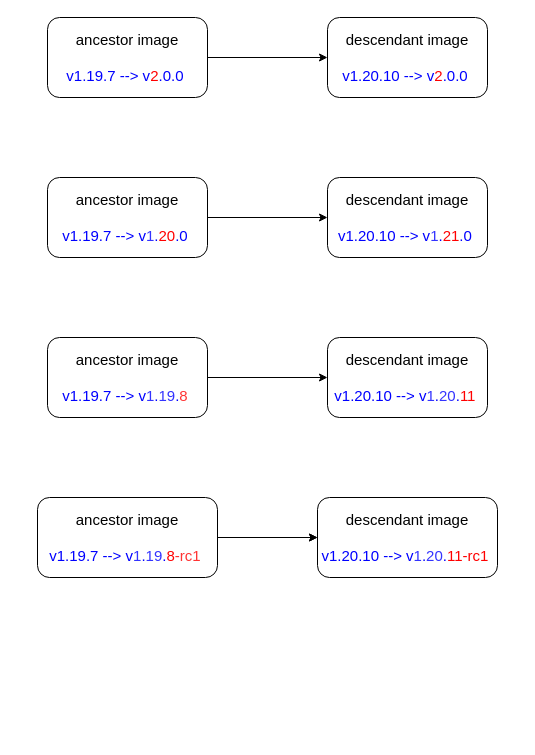
The draw.io diagram packon-version-update.drawio in YanshanSong/draw.io, before the edit. Source tidied: cells renumbered, new cells numbered last; positions are measured from the earlier drawing's top-left corner, leaving out a move shared by most shapes. Both pictures are drawn from the tidied source at 100%, with x=0, y=0 at pixel (37, 17).
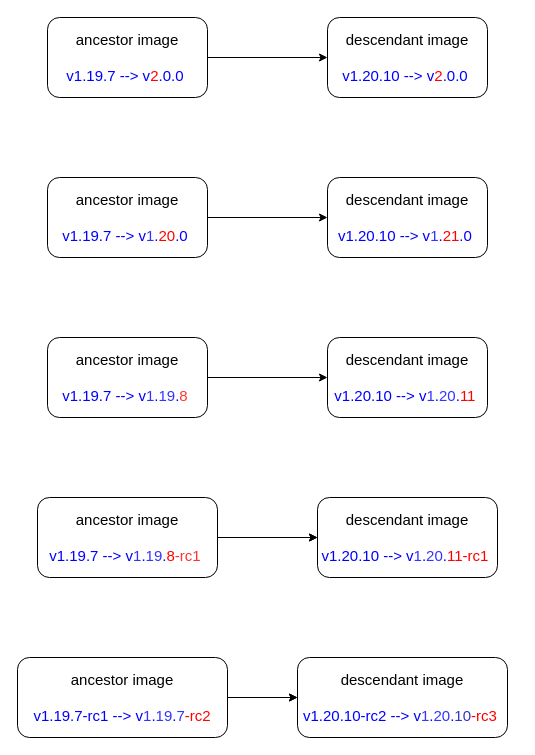
The same diagram, later.

The edit, as a diff of the source:
```diff
@@
+    <mxCell id="19" style="group;" parent="1" vertex="1">
+      <mxGeometry x="-20" y="640" width="500" height="80" as="geometry" />
+    </mxCell>
+    <mxCell id="20" value="&lt;font style=&quot;font-size: 15px;&quot;&gt;ancestor image&lt;br&gt;&lt;br&gt;&lt;font color=&quot;#0000ff&quot;&gt;v1.19.7-rc1 --&amp;gt; v&lt;/font&gt;&lt;font color=&quot;#3333ff&quot;&gt;1&lt;/font&gt;&lt;font color=&quot;#0000ff&quot;&gt;.&lt;/font&gt;&lt;font color=&quot;#3333ff&quot;&gt;19&lt;/font&gt;&lt;font color=&quot;#0000ff&quot;&gt;.&lt;/font&gt;&lt;font color=&quot;#3333ff&quot;&gt;7&lt;/font&gt;&lt;font color=&quot;#ff0000&quot;&gt;-rc2&lt;/font&gt;&lt;br&gt;&lt;/font&gt;" style="rounded=1;whiteSpace=wrap;html=1;" parent="19" vertex="1">
+      <mxGeometry width="210" height="80" as="geometry" />
+    </mxCell>
+    <mxCell id="21" value="&lt;div style=&quot;&quot;&gt;&lt;span style=&quot;font-size: 15px; background-color: initial;&quot;&gt;descendant image&lt;/span&gt;&lt;/div&gt;&lt;font style=&quot;&quot;&gt;&lt;div style=&quot;&quot;&gt;&lt;span style=&quot;font-size: 15px;&quot;&gt;&lt;br&gt;&lt;/span&gt;&lt;/div&gt;&lt;font style=&quot;font-size: 15px;&quot; color=&quot;#0000ff&quot;&gt;&lt;div style=&quot;&quot;&gt;&lt;font style=&quot;background-color: initial;&quot; color=&quot;#0000ff&quot;&gt;v1.20.10-rc2 --&amp;gt; v&lt;/font&gt;&lt;font style=&quot;background-color: initial;&quot; color=&quot;#3333ff&quot;&gt;1&lt;/font&gt;&lt;font style=&quot;background-color: initial;&quot; color=&quot;#0000ff&quot;&gt;.&lt;/font&gt;&lt;font style=&quot;background-color: initial;&quot; color=&quot;#3333ff&quot;&gt;20&lt;/font&gt;&lt;font style=&quot;background-color: initial;&quot; color=&quot;#0000ff&quot;&gt;.&lt;/font&gt;&lt;font style=&quot;background-color: initial;&quot; color=&quot;#3333cc&quot;&gt;10&lt;/font&gt;&lt;font style=&quot;background-color: initial;&quot; color=&quot;#ff0000&quot;&gt;-rc3&lt;/font&gt;&lt;span style=&quot;background-color: initial; color: rgb(0, 0, 0);&quot;&gt;&amp;nbsp;&lt;/span&gt;&lt;/div&gt;&lt;/font&gt;&lt;/font&gt;" style="rounded=1;whiteSpace=wrap;html=1;align=center;" parent="19" vertex="1">
+      <mxGeometry x="280" width="210" height="80" as="geometry" />
+    </mxCell>
+    <mxCell id="22" style="endArrow=classic;html=1;rounded=0;exitX=1;exitY=0.5;exitDx=0;exitDy=0;entryX=0;entryY=0.5;entryDx=0;entryDy=0;" parent="19" edge="1" source="20" target="21">
+      <mxGeometry relative="1" as="geometry" />
+    </mxCell>
+    <mxCell id="23" style="edgeStyle=orthogonalEdgeStyle;rounded=0;jettySize=auto;html=1;" parent="19" edge="1" source="20" target="21">
+      <mxGeometry relative="1" as="geometry" />
+    </mxCell>
```
